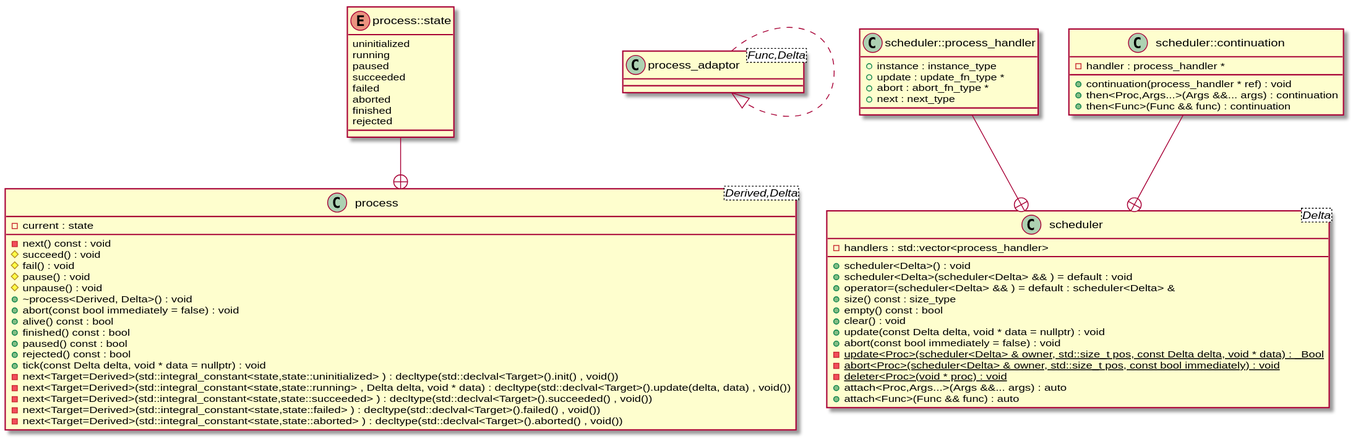
bkryza/clang-uml-examples keeps this PlantUML diagram as entt/puml/process_class_diagram.svg. Above is the earlier version. The source it was exported from:
```plantuml
@startuml
class "process<Derived,Delta>" as C_0002250218767873034998
class C_0002250218767873034998 [[https://github.com/skypjack/entt/blob/fef921132cae7588213d0f9bcd2fb9c8ffd8b7fc/src/entt/process/process.hpp#L70{process}]] {
-next() const : void
#succeed() : void
#fail() : void
#pause() : void
#unpause() : void
+~process<Derived, Delta>() : void
+abort(const bool immediately = false) : void
+alive() const : bool
+finished() const : bool
+paused() const : bool
+rejected() const : bool
+tick(const Delta delta, void * data = nullptr) : void
-next<Target=Derived>(std::integral_constant<state,state::uninitialized> ) : decltype(std::declval<Target>().init() , void())
-next<Target=Derived>(std::integral_constant<state,state::running> , Delta delta, void * data) : decltype(std::declval<Target>().update(delta, data) , void())
-next<Target=Derived>(std::integral_constant<state,state::succeeded> ) : decltype(std::declval<Target>().succeeded() , void())
-next<Target=Derived>(std::integral_constant<state,state::failed> ) : decltype(std::declval<Target>().failed() , void())
-next<Target=Derived>(std::integral_constant<state,state::aborted> ) : decltype(std::declval<Target>().aborted() , void())
-current : state [[[https://github.com/skypjack/entt/blob/fef921132cae7588213d0f9bcd2fb9c8ffd8b7fc/src/entt/process/process.hpp#L262{current}]]]
}
enum "process::state" as C_0000364718339823005686
enum C_0000364718339823005686 [[https://github.com/skypjack/entt/blob/fef921132cae7588213d0f9bcd2fb9c8ffd8b7fc/src/entt/process/process.hpp#L71{process##state}]] {
uninitialized
running
paused
succeeded
failed
aborted
finished
rejected
}
class "process_adaptor<Func,Delta>" as C_0000987817905510358710
class C_0000987817905510358710 {
}
class "scheduler<Delta>" as C_0001693309150905075514
class C_0001693309150905075514 [[https://github.com/skypjack/entt/blob/fef921132cae7588213d0f9bcd2fb9c8ffd8b7fc/src/entt/process/scheduler.hpp#L41{scheduler}]] {
+scheduler<Delta>() : void
+scheduler<Delta>(scheduler<Delta> && ) = default : void
+operator=(scheduler<Delta> && ) = default : scheduler<Delta> &
+size() const : size_type
+empty() const : bool
+clear() : void
+update(const Delta delta, void * data = nullptr) : void
+abort(const bool immediately = false) : void
{static} -update<Proc>(scheduler<Delta> & owner, std::size_t pos, const Delta delta, void * data) : _Bool
{static} -abort<Proc>(scheduler<Delta> & owner, std::size_t pos, const bool immediately) : void
{static} -deleter<Proc>(void * proc) : void
+attach<Proc,Args...>(Args &&... args) : auto
+attach<Func>(Func && func) : auto
-handlers : std::vector<process_handler> [[[https://github.com/skypjack/entt/blob/fef921132cae7588213d0f9bcd2fb9c8ffd8b7fc/src/entt/process/scheduler.hpp#L278{handlers}]]]
}
class "scheduler::process_handler" as C_0000844935833660429083
class C_0000844935833660429083 [[https://github.com/skypjack/entt/blob/fef921132cae7588213d0f9bcd2fb9c8ffd8b7fc/src/entt/process/scheduler.hpp#L42{scheduler##process_handler}]] {
+instance : instance_type [[[https://github.com/skypjack/entt/blob/fef921132cae7588213d0f9bcd2fb9c8ffd8b7fc/src/entt/process/scheduler.hpp#L48{instance}]]]
+update : update_fn_type * [[[https://github.com/skypjack/entt/blob/fef921132cae7588213d0f9bcd2fb9c8ffd8b7fc/src/entt/process/scheduler.hpp#L49{update}]]]
+abort : abort_fn_type * [[[https://github.com/skypjack/entt/blob/fef921132cae7588213d0f9bcd2fb9c8ffd8b7fc/src/entt/process/scheduler.hpp#L50{abort}]]]
+next : next_type [[[https://github.com/skypjack/entt/blob/fef921132cae7588213d0f9bcd2fb9c8ffd8b7fc/src/entt/process/scheduler.hpp#L51{next}]]]
}
class "scheduler::continuation" as C_0001603671107212245628
class C_0001603671107212245628 [[https://github.com/skypjack/entt/blob/fef921132cae7588213d0f9bcd2fb9c8ffd8b7fc/src/entt/process/scheduler.hpp#L54{scheduler##continuation}]] {
+continuation(process_handler * ref) : void
+then<Proc,Args...>(Args &&... args) : continuation
+then<Func>(Func && func) : continuation
-handler : process_handler * [[[https://github.com/skypjack/entt/blob/fef921132cae7588213d0f9bcd2fb9c8ffd8b7fc/src/entt/process/scheduler.hpp#L73{handler}]]]
}
C_0000364718339823005686 --+ C_0002250218767873034998
C_0000987817905510358710 ..|> C_0000987817905510358710
C_0000844935833660429083 --+ C_0001693309150905075514
C_0001603671107212245628 --+ C_0001693309150905075514

@enduml
```
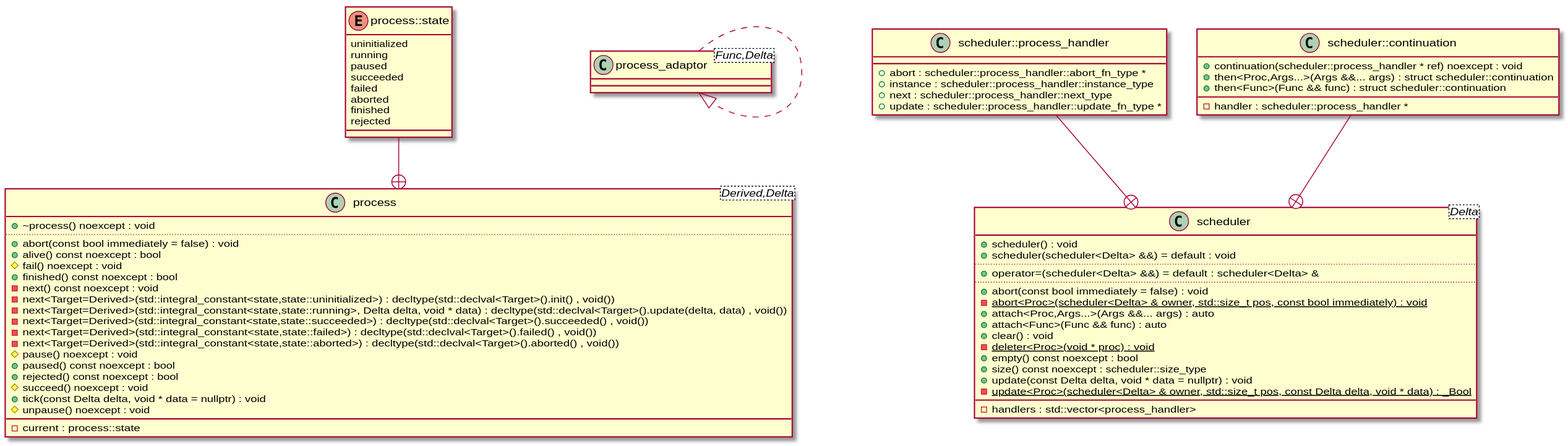
Above is the later version.

Change to the diagram source:
```diff
@@ -1,24 +1,26 @@
 @startuml
 class "process<Derived,Delta>" as C_0002250218767873034998
 class C_0002250218767873034998 [[https://github.com/skypjack/entt/blob/fef921132cae7588213d0f9bcd2fb9c8ffd8b7fc/src/entt/process/process.hpp#L70{process}]] {
--next() const : void
-#succeed() : void
-#fail() : void
-#pause() : void
-#unpause() : void
-+~process<Derived, Delta>() : void
++~process() noexcept : void
+..
 +abort(const bool immediately = false) : void
-+alive() const : bool
-+finished() const : bool
-+paused() const : bool
-+rejected() const : bool
++alive() const noexcept : bool
+#fail() noexcept : void
++finished() const noexcept : bool
+-next() const noexcept : void
+-next<Target=Derived>(std::integral_constant<state,state::uninitialized>) : decltype(std::declval<Target>().init() , void())
+-next<Target=Derived>(std::integral_constant<state,state::running>, Delta delta, void * data) : decltype(std::declval<Target>().update(delta, data) , void())
+-next<Target=Derived>(std::integral_constant<state,state::succeeded>) : decltype(std::declval<Target>().succeeded() , void())
+-next<Target=Derived>(std::integral_constant<state,state::failed>) : decltype(std::declval<Target>().failed() , void())
+-next<Target=Derived>(std::integral_constant<state,state::aborted>) : decltype(std::declval<Target>().aborted() , void())
+#pause() noexcept : void
++paused() const noexcept : bool
++rejected() const noexcept : bool
+#succeed() noexcept : void
 +tick(const Delta delta, void * data = nullptr) : void
--next<Target=Derived>(std::integral_constant<state,state::uninitialized> ) : decltype(std::declval<Target>().init() , void())
--next<Target=Derived>(std::integral_constant<state,state::running> , Delta delta, void * data) : decltype(std::declval<Target>().update(delta, data) , void())
--next<Target=Derived>(std::integral_constant<state,state::succeeded> ) : decltype(std::declval<Target>().succeeded() , void())
--next<Target=Derived>(std::integral_constant<state,state::failed> ) : decltype(std::declval<Target>().failed() , void())
--next<Target=Derived>(std::integral_constant<state,state::aborted> ) : decltype(std::declval<Target>().aborted() , void())
--current : state [[[https://github.com/skypjack/entt/blob/fef921132cae7588213d0f9bcd2fb9c8ffd8b7fc/src/entt/process/process.hpp#L262{current}]]]
+#unpause() noexcept : void
+__
+-current : process::state [[[https://github.com/skypjack/entt/blob/fef921132cae7588213d0f9bcd2fb9c8ffd8b7fc/src/entt/process/process.hpp#L262{current}]]]
 }
 enum "process::state" as C_0000364718339823005686
 enum C_0000364718339823005686 [[https://github.com/skypjack/entt/blob/fef921132cae7588213d0f9bcd2fb9c8ffd8b7fc/src/entt/process/process.hpp#L71{process##state}]] {
@@ -32,38 +34,44 @@
 rejected
 }
 class "process_adaptor<Func,Delta>" as C_0000987817905510358710
-class C_0000987817905510358710 {
+class C_0000987817905510358710 [[https://github.com/skypjack/entt/blob/fef921132cae7588213d0f9bcd2fb9c8ffd8b7fc/src/entt/process/process.hpp#L70{process_adaptor}]] {
+__
 }
 class "scheduler<Delta>" as C_0001693309150905075514
 class C_0001693309150905075514 [[https://github.com/skypjack/entt/blob/fef921132cae7588213d0f9bcd2fb9c8ffd8b7fc/src/entt/process/scheduler.hpp#L41{scheduler}]] {
-+scheduler<Delta>() : void
-+scheduler<Delta>(scheduler<Delta> && ) = default : void
-+operator=(scheduler<Delta> && ) = default : scheduler<Delta> &
-+size() const : size_type
-+empty() const : bool
-+clear() : void
-+update(const Delta delta, void * data = nullptr) : void
++scheduler() : void
++scheduler(scheduler<Delta> &&) = default : void
+..
++operator=(scheduler<Delta> &&) = default : scheduler<Delta> &
+..
 +abort(const bool immediately = false) : void
-{static} -update<Proc>(scheduler<Delta> & owner, std::size_t pos, const Delta delta, void * data) : _Bool
 {static} -abort<Proc>(scheduler<Delta> & owner, std::size_t pos, const bool immediately) : void
-{static} -deleter<Proc>(void * proc) : void
 +attach<Proc,Args...>(Args &&... args) : auto
 +attach<Func>(Func && func) : auto
++clear() : void
+{static} -deleter<Proc>(void * proc) : void
++empty() const noexcept : bool
++size() const noexcept : scheduler::size_type
++update(const Delta delta, void * data = nullptr) : void
+{static} -update<Proc>(scheduler<Delta> & owner, std::size_t pos, const Delta delta, void * data) : _Bool
+__
 -handlers : std::vector<process_handler> [[[https://github.com/skypjack/entt/blob/fef921132cae7588213d0f9bcd2fb9c8ffd8b7fc/src/entt/process/scheduler.hpp#L278{handlers}]]]
 }
 class "scheduler::process_handler" as C_0000844935833660429083
 class C_0000844935833660429083 [[https://github.com/skypjack/entt/blob/fef921132cae7588213d0f9bcd2fb9c8ffd8b7fc/src/entt/process/scheduler.hpp#L42{scheduler##process_handler}]] {
-+instance : instance_type [[[https://github.com/skypjack/entt/blob/fef921132cae7588213d0f9bcd2fb9c8ffd8b7fc/src/entt/process/scheduler.hpp#L48{instance}]]]
-+update : update_fn_type * [[[https://github.com/skypjack/entt/blob/fef921132cae7588213d0f9bcd2fb9c8ffd8b7fc/src/entt/process/scheduler.hpp#L49{update}]]]
-+abort : abort_fn_type * [[[https://github.com/skypjack/entt/blob/fef921132cae7588213d0f9bcd2fb9c8ffd8b7fc/src/entt/process/scheduler.hpp#L50{abort}]]]
-+next : next_type [[[https://github.com/skypjack/entt/blob/fef921132cae7588213d0f9bcd2fb9c8ffd8b7fc/src/entt/process/scheduler.hpp#L51{next}]]]
+__
++abort : scheduler::process_handler::abort_fn_type * [[[https://github.com/skypjack/entt/blob/fef921132cae7588213d0f9bcd2fb9c8ffd8b7fc/src/entt/process/scheduler.hpp#L50{abort}]]]
++instance : scheduler::process_handler::instance_type [[[https://github.com/skypjack/entt/blob/fef921132cae7588213d0f9bcd2fb9c8ffd8b7fc/src/entt/process/scheduler.hpp#L48{instance}]]]
++next : scheduler::process_handler::next_type [[[https://github.com/skypjack/entt/blob/fef921132cae7588213d0f9bcd2fb9c8ffd8b7fc/src/entt/process/scheduler.hpp#L51{next}]]]
++update : scheduler::process_handler::update_fn_type * [[[https://github.com/skypjack/entt/blob/fef921132cae7588213d0f9bcd2fb9c8ffd8b7fc/src/entt/process/scheduler.hpp#L49{update}]]]
 }
 class "scheduler::continuation" as C_0001603671107212245628
 class C_0001603671107212245628 [[https://github.com/skypjack/entt/blob/fef921132cae7588213d0f9bcd2fb9c8ffd8b7fc/src/entt/process/scheduler.hpp#L54{scheduler##continuation}]] {
-+continuation(process_handler * ref) : void
-+then<Proc,Args...>(Args &&... args) : continuation
-+then<Func>(Func && func) : continuation
--handler : process_handler * [[[https://github.com/skypjack/entt/blob/fef921132cae7588213d0f9bcd2fb9c8ffd8b7fc/src/entt/process/scheduler.hpp#L73{handler}]]]
++continuation(scheduler::process_handler * ref) noexcept : void
++then<Proc,Args...>(Args &&... args) : struct scheduler::continuation
++then<Func>(Func && func) : struct scheduler::continuation
+__
+-handler : scheduler::process_handler * [[[https://github.com/skypjack/entt/blob/fef921132cae7588213d0f9bcd2fb9c8ffd8b7fc/src/entt/process/scheduler.hpp#L73{handler}]]]
 }
 C_0000364718339823005686 --+ C_0002250218767873034998
 C_0000987817905510358710 ..|> C_0000987817905510358710
```
